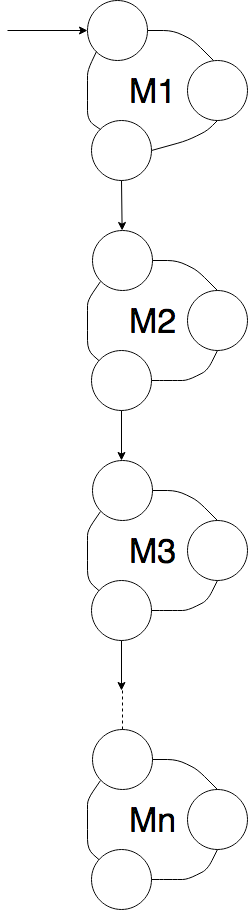
Above: graphics/figure_6.png in FaMAFStuffs/slides_video_lengform (draw.io), before the change. Source tidied: cells renumbered, new cells last; positions are measured from the earlier drawing's top-left corner, leaving out a move shared by most shapes.
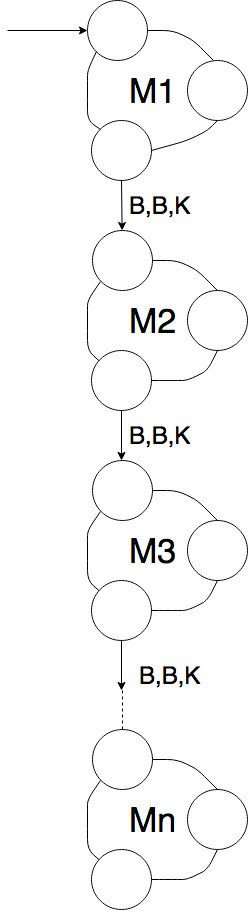
The same diagram one commit later.

Change to the diagram source:
```diff
@@ -220,5 +220,14 @@
     <mxCell id="40" style="endArrow=classic;html=1;fillColor=#FFFFFF;exitX=0.5;exitY=1;" parent="1" edge="1" source="6" target="18">
       <mxGeometry relative="1" as="geometry" />
     </mxCell>
+    <mxCell id="41" value="&lt;font style=&quot;font-size: 24px&quot;&gt;B,B,K&lt;/font&gt;" style="text;html=1;align=left;verticalAlign=top;spacingTop=-4;" parent="1" vertex="1">
+      <mxGeometry x="120" y="190" width="80" height="20" as="geometry" />
+    </mxCell>
+    <mxCell id="42" value="&lt;font style=&quot;font-size: 24px&quot;&gt;B,B,K&lt;/font&gt;" style="text;html=1;align=left;verticalAlign=top;spacingTop=-4;" parent="1" vertex="1">
+      <mxGeometry x="120" y="420" width="80" height="20" as="geometry" />
+    </mxCell>
+    <mxCell id="43" value="&lt;font style=&quot;font-size: 24px&quot;&gt;B,B,K&lt;/font&gt;" style="text;html=1;align=left;verticalAlign=top;spacingTop=-4;" parent="1" vertex="1">
+      <mxGeometry x="130" y="660" width="80" height="20" as="geometry" />
+    </mxCell>
   </root>
 </mxGraphModel>
```
